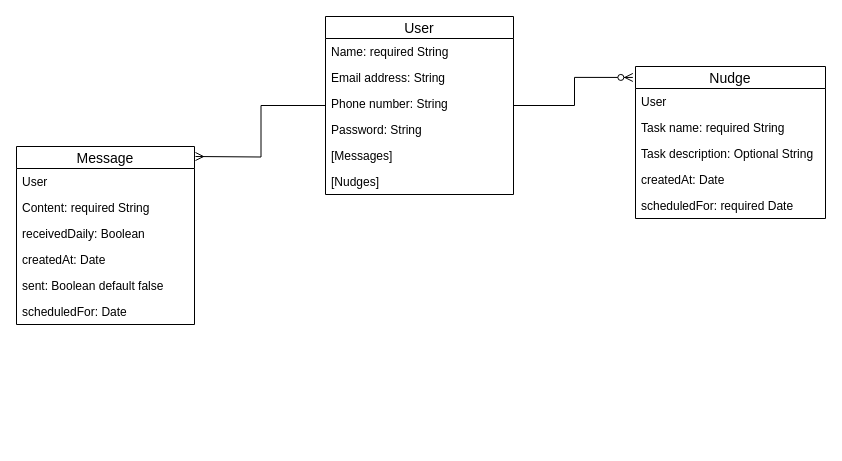
Before: erd.drawio in qmsparks/be-kind, a draw.io diagram. Source tidied: cells renumbered, new cells numbered last; positions are measured from the earlier drawing's top-left corner, leaving out a move shared by most shapes. Both pictures are drawn from the tidied source at 100%, with x=0, y=0 at pixel (16, 16).
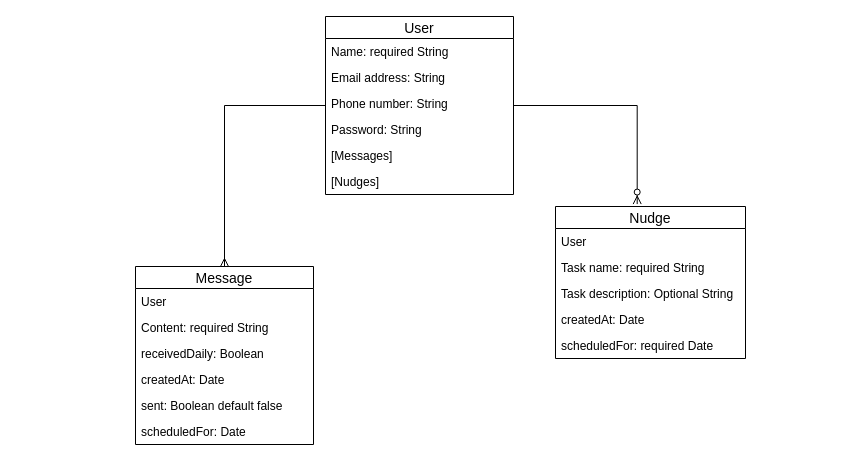
The same diagram, later.

The change refers to these unchanged cells:
```xml
<mxCell id="4" value="User" style="swimlane;fontStyle=0;horizontal=1;startSize=22;align=center;fontSize=14;direction=east;" parent="1" vertex="1">
  <mxGeometry x="309" width="188" height="178" as="geometry" />
</mxCell>
```

Diff of the diagram source:
```diff
@@
-    <mxCell id="2" style="edgeStyle=orthogonalEdgeStyle;rounded=0;jettySize=auto;html=1;endArrow=ERmany;endFill=0;" parent="1" edge="1" source="4">
-      <mxGeometry relative="1" as="geometry">
-        <mxPoint x="179" y="140" as="targetPoint" />
-      </mxGeometry>
+    <mxCell id="2" style="edgeStyle=orthogonalEdgeStyle;rounded=0;jettySize=auto;html=1;endArrow=ERmany;endFill=0;" parent="1" edge="1" source="4" target="11">
+      <mxGeometry relative="1" as="geometry" />
     </mxCell>
-    <mxCell id="3" style="edgeStyle=orthogonalEdgeStyle;rounded=0;jettySize=auto;html=1;entryX=-0.014;entryY=0.072;entryDx=0;entryDy=0;entryPerimeter=0;endArrow=ERzeroToMany;endFill=1;" parent="1" edge="1" source="4" target="18">
-      <mxGeometry relative="1" as="geometry" />
+    <mxCell id="3" style="edgeStyle=orthogonalEdgeStyle;rounded=0;jettySize=auto;html=1;entryX=0.43;entryY=-0.016;entryDx=0;entryDy=0;entryPerimeter=0;endArrow=ERzeroToMany;endFill=1;" parent="1" edge="1" source="4" target="18">
+      <mxGeometry relative="1" as="geometry">
+        <Array as="points">
+          <mxPoint x="621" y="89" />
+        </Array>
+      </mxGeometry>
     </mxCell>
@@
     <mxCell id="11" value="Message" style="swimlane;fontStyle=0;horizontal=1;startSize=22;align=center;fontSize=14;direction=east;" parent="1" vertex="1">
-      <mxGeometry y="130" width="178" height="178" as="geometry" />
+      <mxGeometry x="119" y="250" width="178" height="178" as="geometry" />
     </mxCell>
@@
     <mxCell id="18" value="Nudge" style="swimlane;fontStyle=0;horizontal=1;startSize=22;align=center;fontSize=14;" parent="1" vertex="1">
-      <mxGeometry x="619" y="50" width="190" height="152" as="geometry" />
+      <mxGeometry x="539" y="190" width="190" height="152" as="geometry" />
     </mxCell>
```
